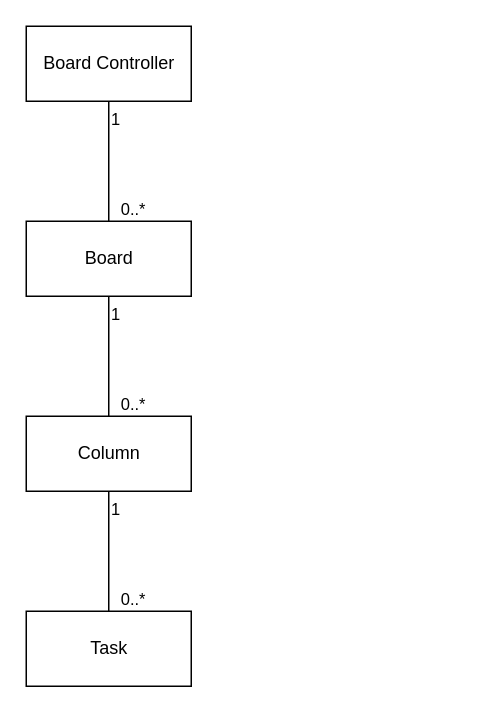
This is page "white class diagram" (1 of 3) of PrioritizedKanban.drawio from AvishayMamrud/PrioritizedTaskManager, a draw.io file, before an edit. Source tidied: cells renumbered, new cells numbered last; positions are measured from the earlier drawing's top-left corner, leaving out a move shared by most shapes. Both pictures are drawn from the tidied source at 150%, with x=0, y=0 at pixel (26, 26).
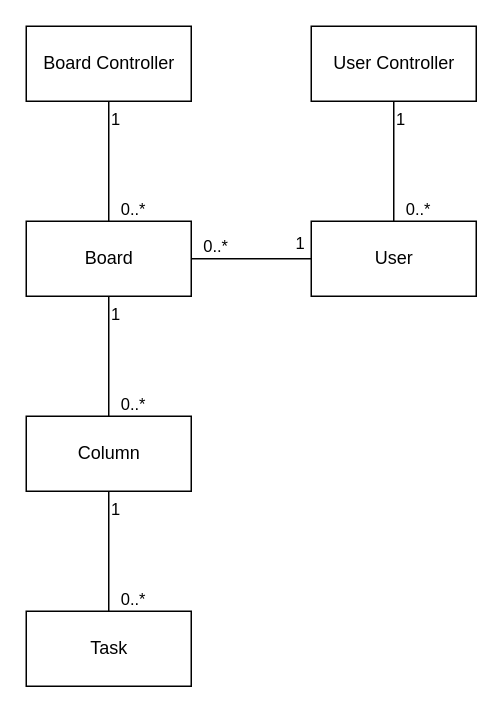
The same page after the edit.

Unchanged cells that the change refers to:
```xml
<mxCell id="2" value="Board" style="html=1;" parent="1" vertex="1">
  <mxGeometry y="130" width="110" height="50" as="geometry" />
</mxCell>
```

The edit, as a diff of the source:
```diff
@@
+    <mxCell id="15" value="User" style="html=1;" parent="1" vertex="1">
+      <mxGeometry x="190" y="130" width="110" height="50" as="geometry" />
+    </mxCell>
+    <mxCell id="16" style="endArrow=none;html=1;edgeStyle=orthogonalEdgeStyle;rounded=0;" parent="1" edge="1" source="15" target="2">
+      <mxGeometry relative="1" as="geometry" />
+    </mxCell>
+    <mxCell id="17" value="1" style="edgeLabel;html=1;align=left;verticalAlign=bottom;" parent="16" vertex="1">
+      <mxGeometry x="-1" relative="1" as="geometry">
+        <mxPoint x="-12" y="-2" as="offset" />
+      </mxGeometry>
+    </mxCell>
+    <mxCell id="18" value="0..*" style="edgeLabel;html=1;align=right;verticalAlign=bottom;" parent="16" vertex="1">
+      <mxGeometry x="1" relative="1" as="geometry">
+        <mxPoint x="25" as="offset" />
+      </mxGeometry>
+    </mxCell>
+    <mxCell id="19" value="User Controller" style="html=1;" parent="1" vertex="1">
+      <mxGeometry x="190" width="110" height="50" as="geometry" />
+    </mxCell>
+    <mxCell id="20" style="endArrow=none;html=1;edgeStyle=orthogonalEdgeStyle;rounded=0;" parent="1" edge="1" source="19" target="15">
+      <mxGeometry relative="1" as="geometry" />
+    </mxCell>
+    <mxCell id="21" value="1" style="edgeLabel;html=1;align=left;verticalAlign=bottom;" parent="20" vertex="1">
+      <mxGeometry x="-1" relative="1" as="geometry">
+        <mxPoint y="20" as="offset" />
+      </mxGeometry>
+    </mxCell>
+    <mxCell id="22" value="0..*" style="edgeLabel;html=1;align=right;verticalAlign=bottom;" parent="20" vertex="1">
+      <mxGeometry x="1" relative="1" as="geometry">
+        <mxPoint x="25" as="offset" />
+      </mxGeometry>
+    </mxCell>
```
